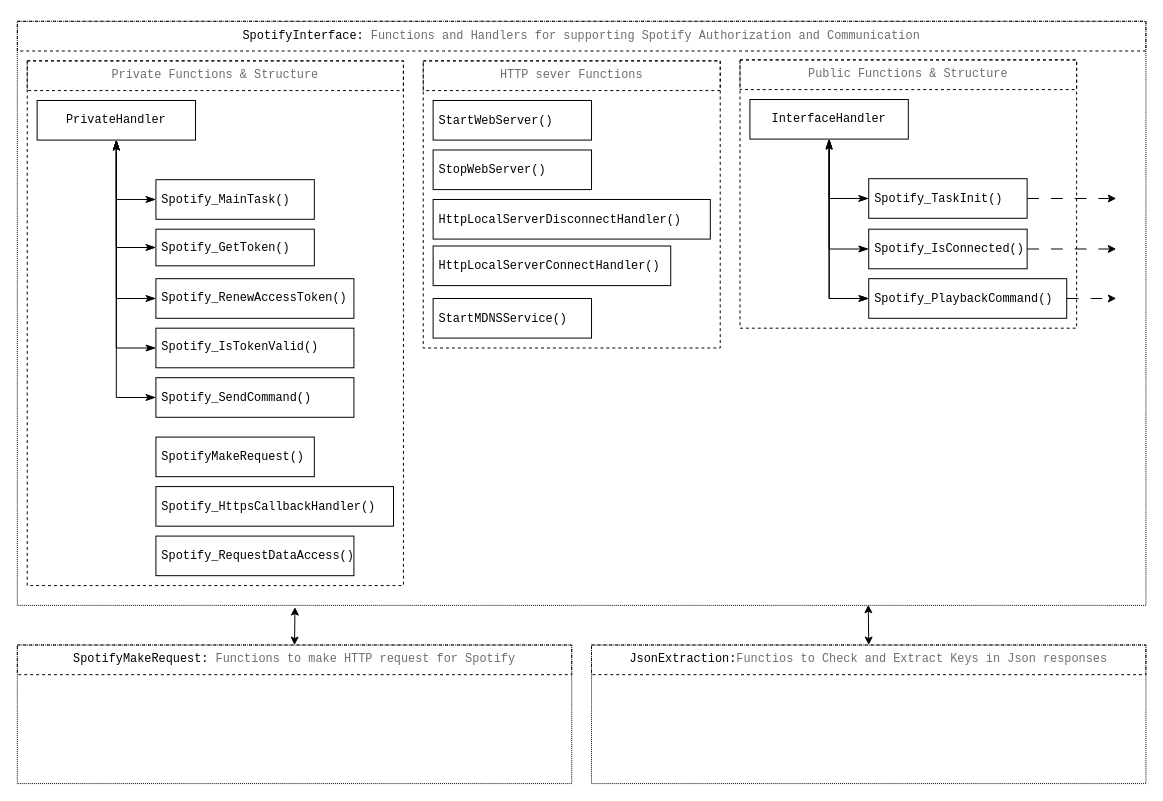
Earlier version of the draw.io diagram components/SpotifyInterface/SpotifyInterface structure.drawio (DoneTech-IoT/IoTPlatform). Source tidied: cells renumbered, new cells numbered last; positions are measured from the earlier drawing's top-left corner, leaving out a move shared by most shapes. Both pictures are drawn from the tidied source at 99%, with x=0, y=0 at pixel (17, 21).
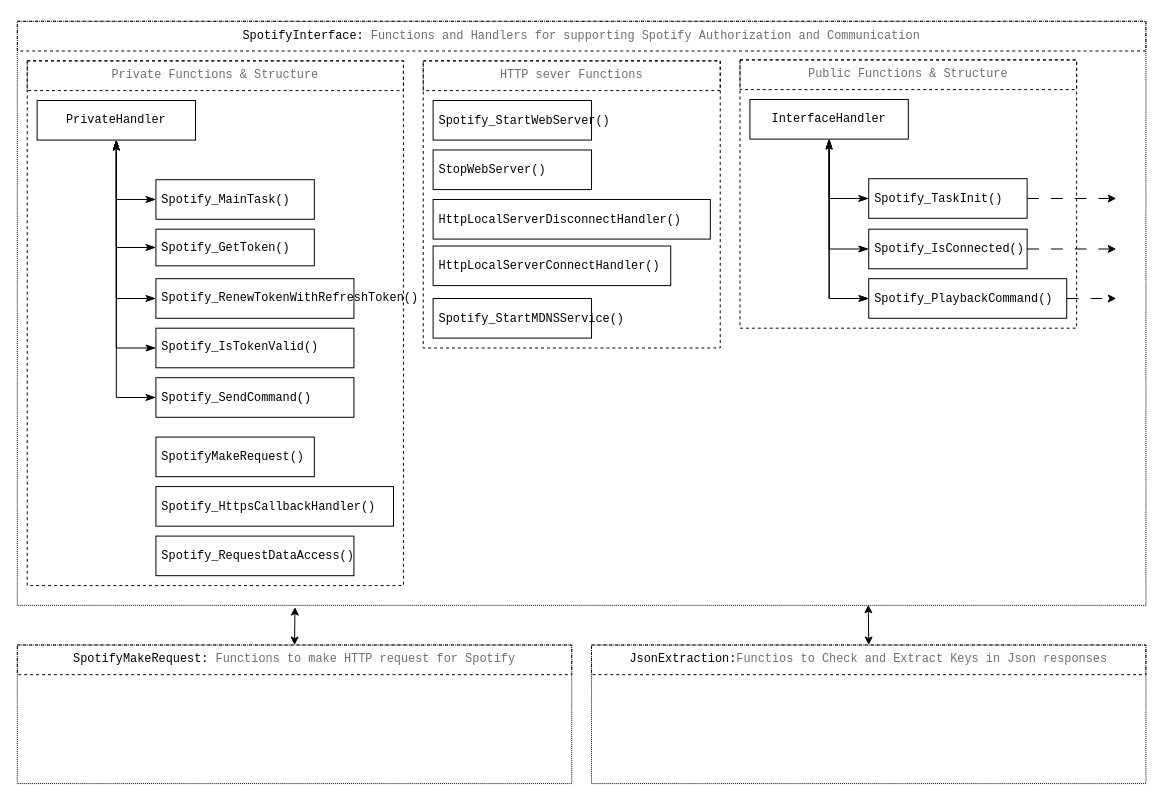
After the change.

Commit message (it also covers changes not shown here):
update Spotify from Simple-Server repo

The edit, as a diff of the source:
```diff
@@
-    <mxCell id="11" value="&lt;div&gt;&lt;div style=&quot;color: rgb(204, 204, 204); font-family: &amp;quot;Droid Sans Mono&amp;quot;, &amp;quot;monospace&amp;quot;, monospace; font-weight: normal; line-height: 19px;&quot;&gt;&lt;div&gt;&lt;pre&gt;&lt;font color=&quot;#000000&quot;&gt;Spotify_RenewAccessToken&lt;/font&gt;&lt;font style=&quot;font-size: 12px;&quot; color=&quot;#000000&quot;&gt;()&lt;/font&gt;&lt;/pre&gt;&lt;/div&gt;&lt;/div&gt;&lt;/div&gt;" style="rounded=0;whiteSpace=wrap;html=1;labelBackgroundColor=none;spacingLeft=4;align=left;fillColor=none;" parent="1" vertex="1">
+    <mxCell id="11" value="&lt;div&gt;&lt;div style=&quot;color: rgb(204, 204, 204); font-family: &amp;quot;Droid Sans Mono&amp;quot;, &amp;quot;monospace&amp;quot;, monospace; font-weight: normal; line-height: 19px;&quot;&gt;&lt;div&gt;&lt;pre&gt;&lt;font color=&quot;#000000&quot;&gt;Spotify_RenewTokenWithRefreshToken&lt;/font&gt;&lt;font style=&quot;font-size: 12px;&quot; color=&quot;#000000&quot;&gt;()&lt;/font&gt;&lt;/pre&gt;&lt;/div&gt;&lt;/div&gt;&lt;/div&gt;" style="rounded=0;whiteSpace=wrap;html=1;labelBackgroundColor=none;spacingLeft=4;align=left;fillColor=none;" parent="1" vertex="1">
       <mxGeometry x="140" y="260" width="200" height="40" as="geometry" />
     </mxCell>
@@
-    <mxCell id="31" value="&lt;div style=&quot;font-size: 13px;&quot;&gt;&lt;div style=&quot;color: rgb(204, 204, 204); font-family: &amp;quot;Droid Sans Mono&amp;quot;, &amp;quot;monospace&amp;quot;, monospace; font-weight: normal; line-height: 19px;&quot;&gt;&lt;div&gt;&lt;pre&gt;&lt;font style=&quot;font-size: 12px;&quot; color=&quot;#000000&quot;&gt;StartWebServer()&lt;/font&gt;&lt;/pre&gt;&lt;/div&gt;&lt;/div&gt;&lt;/div&gt;" style="rounded=0;whiteSpace=wrap;html=1;labelBackgroundColor=none;align=left;spacingLeft=4;fillColor=none;" parent="1" vertex="1">
+    <mxCell id="31" value="&lt;div style=&quot;font-size: 13px;&quot;&gt;&lt;div style=&quot;color: rgb(204, 204, 204); font-family: &amp;quot;Droid Sans Mono&amp;quot;, &amp;quot;monospace&amp;quot;, monospace; font-weight: normal; line-height: 19px;&quot;&gt;&lt;div&gt;&lt;pre&gt;&lt;font style=&quot;font-size: 12px;&quot; color=&quot;#000000&quot;&gt;Spotify_StartWebServer()&lt;/font&gt;&lt;/pre&gt;&lt;/div&gt;&lt;/div&gt;&lt;/div&gt;" style="rounded=0;whiteSpace=wrap;html=1;labelBackgroundColor=none;align=left;spacingLeft=4;fillColor=none;" parent="1" vertex="1">
       <mxGeometry x="420" y="80" width="160" height="40" as="geometry" />
     </mxCell>
@@
-    <mxCell id="35" value="&lt;div style=&quot;font-size: 13px;&quot;&gt;&lt;div style=&quot;color: rgb(204, 204, 204); font-family: &amp;quot;Droid Sans Mono&amp;quot;, &amp;quot;monospace&amp;quot;, monospace; font-weight: normal; line-height: 19px;&quot;&gt;&lt;div&gt;&lt;pre&gt;&lt;font style=&quot;font-size: 12px;&quot; color=&quot;#000000&quot;&gt;StartMDNSService()&lt;/font&gt;&lt;/pre&gt;&lt;/div&gt;&lt;/div&gt;&lt;/div&gt;" style="rounded=0;whiteSpace=wrap;html=1;labelBackgroundColor=none;align=left;spacingLeft=4;fillColor=none;" parent="1" vertex="1">
+    <mxCell id="35" value="&lt;div style=&quot;font-size: 13px;&quot;&gt;&lt;div style=&quot;color: rgb(204, 204, 204); font-family: &amp;quot;Droid Sans Mono&amp;quot;, &amp;quot;monospace&amp;quot;, monospace; font-weight: normal; line-height: 19px;&quot;&gt;&lt;div&gt;&lt;pre&gt;&lt;font style=&quot;font-size: 12px;&quot; color=&quot;#000000&quot;&gt;Spotify_StartMDNSService()&lt;/font&gt;&lt;/pre&gt;&lt;/div&gt;&lt;/div&gt;&lt;/div&gt;" style="rounded=0;whiteSpace=wrap;html=1;labelBackgroundColor=none;align=left;spacingLeft=4;fillColor=none;" parent="1" vertex="1">
       <mxGeometry x="420" y="280" width="160" height="40" as="geometry" />
     </mxCell>
```
